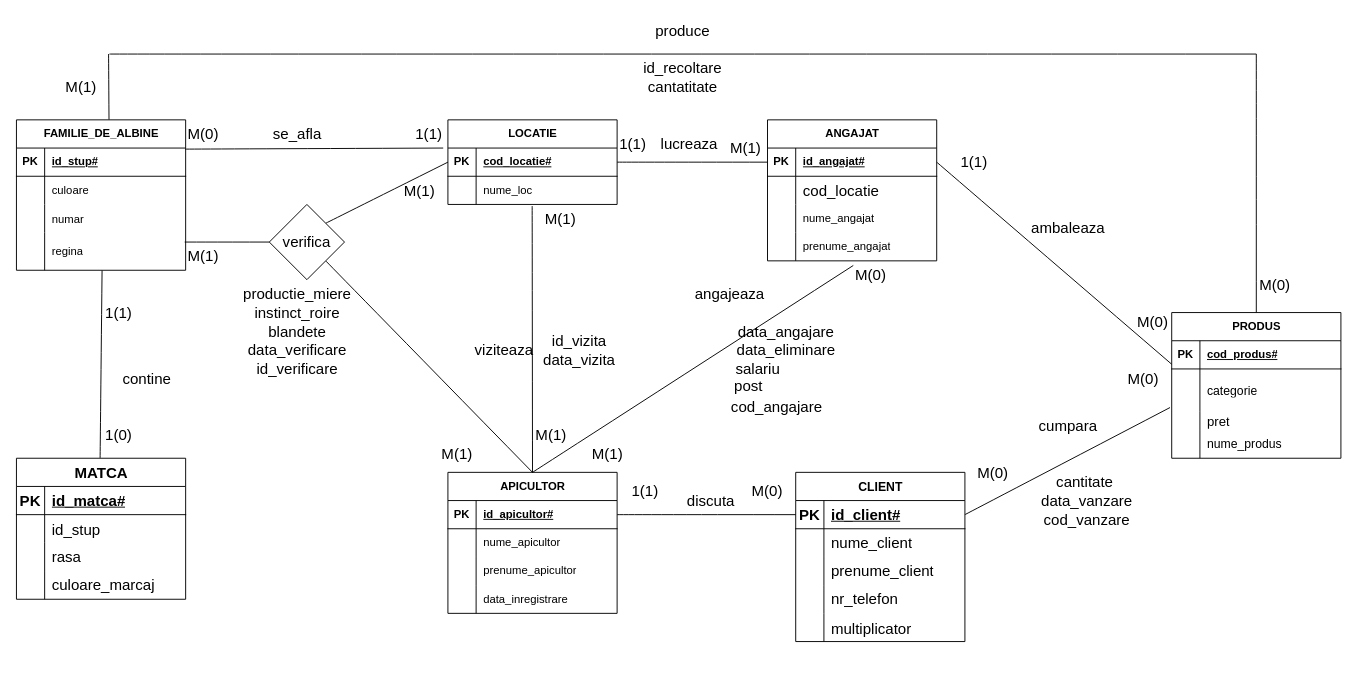
Earlier version of the draw.io diagram page "Page-1" (1 of 2) of Diagramă fără titlu.drawio (Matoka26/DataBase-Stupina). Source tidied: cells renumbered, new cells numbered last; positions are measured from the earlier drawing's top-left corner, leaving out a move shared by most shapes. Both pictures are drawn from the tidied source at 94%, with x=0, y=0 at pixel (16, 16).
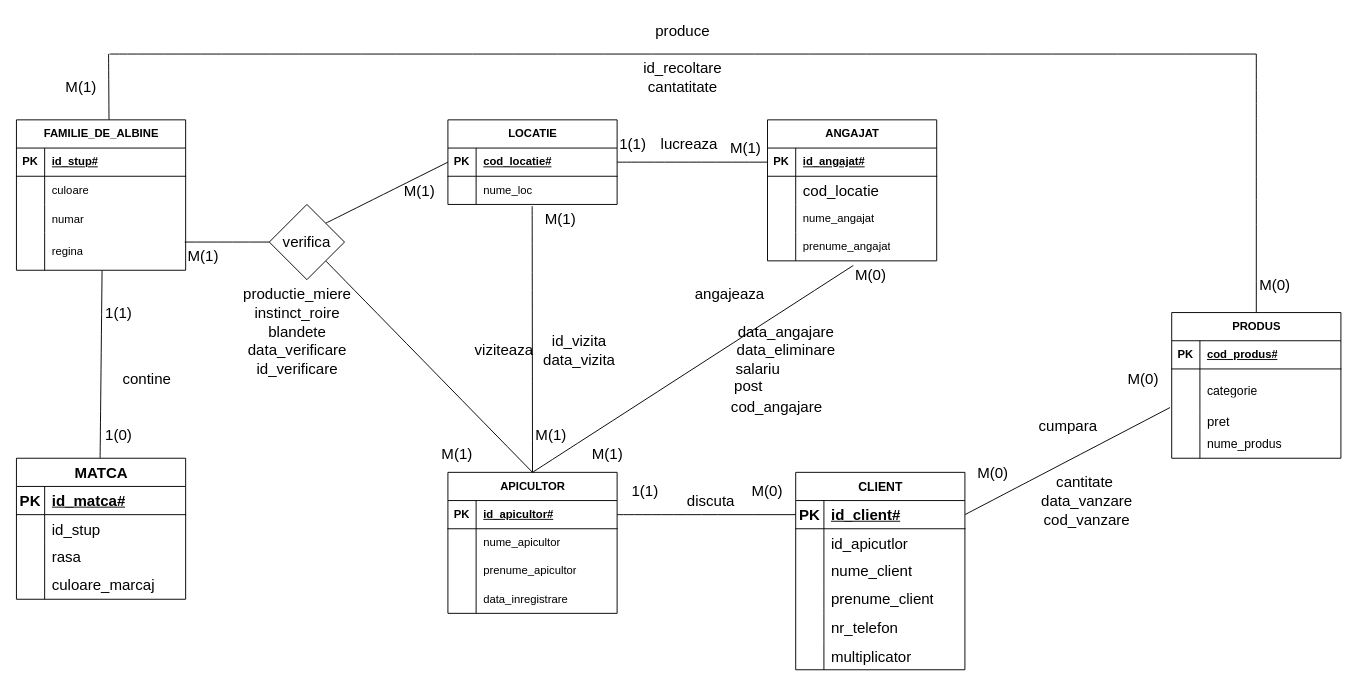
The same diagram, later.

Unchanged cells that the change refers to:
```xml
<mxCell id="23" style="shape=tableRow;horizontal=0;startSize=0;swimlaneHead=0;swimlaneBody=0;fillColor=none;points=[[0,0.5],[1,0.5]];portConstraint=eastwest;top=0;left=0;right=0;bottom=1;" parent="22" vertex="1">
  <mxGeometry y="30" width="180" height="30" as="geometry" />
</mxCell>
<mxCell id="36" style="shape=tableRow;horizontal=0;startSize=0;swimlaneHead=0;swimlaneBody=0;fillColor=none;points=[[0,0.5],[1,0.5]];portConstraint=eastwest;top=0;left=0;right=0;bottom=1;" parent="35" vertex="1">
  <mxGeometry y="30" width="180" height="30" as="geometry" />
</mxCell>
<mxCell id="122" value="M(0)" style="text;html=1;strokeColor=none;fillColor=none;align=center;verticalAlign=middle;whiteSpace=wrap;rounded=0;fontSize=16;" parent="1" vertex="1">
  <mxGeometry x="1169" y="370" width="60" height="30" as="geometry" />
</mxCell>
```

Diff of the diagram source:
```diff
@@
     <mxCell id="61" value="CLIENT" style="shape=table;startSize=30;childLayout=tableLayout;rowLines=0;fontStyle=1;align=center;html=1;fontSize=13;" parent="1" vertex="1">
-      <mxGeometry x="829" y="485" width="180" height="180" as="geometry" />
+      <mxGeometry x="829" y="485" width="180" height="210" as="geometry" />
     </mxCell>
@@
+    <mxCell id="154" style="shape=tableRow;horizontal=0;startSize=0;swimlaneHead=0;swimlaneBody=0;fillColor=none;top=0;left=0;right=0;bottom=0;fontSize=16;" parent="61" vertex="1">
+      <mxGeometry y="60" width="180" height="30" as="geometry" />
+    </mxCell>
+    <mxCell id="155" style="shape=partialRectangle;fillColor=none;top=0;left=0;bottom=0;right=0;overflow=hidden;fontSize=16;" parent="154" vertex="1">
+      <mxGeometry width="30" height="30" as="geometry" />
+    </mxCell>
+    <mxCell id="156" value="id_apicutlor" style="shape=partialRectangle;fillColor=none;top=0;left=0;bottom=0;right=0;align=left;spacingLeft=6;overflow=hidden;fontSize=16;" parent="154" vertex="1">
+      <mxGeometry x="30" width="150" height="30" as="geometry" />
+    </mxCell>
     <mxCell id="65" style="shape=tableRow;horizontal=0;startSize=0;swimlaneHead=0;swimlaneBody=0;fillColor=none;top=0;left=0;right=0;bottom=0;fontSize=16;" parent="61" vertex="1">
-      <mxGeometry y="60" width="180" height="30" as="geometry" />
+      <mxGeometry y="90" width="180" height="30" as="geometry" />
     </mxCell>
@@
     <mxCell id="68" style="shape=tableRow;horizontal=0;startSize=0;swimlaneHead=0;swimlaneBody=0;fillColor=none;top=0;left=0;right=0;bottom=0;fontSize=16;" parent="61" vertex="1">
-      <mxGeometry y="90" width="180" height="30" as="geometry" />
+      <mxGeometry y="120" width="180" height="30" as="geometry" />
     </mxCell>
@@
     <mxCell id="71" style="shape=tableRow;horizontal=0;startSize=0;swimlaneHead=0;swimlaneBody=0;fillColor=none;top=0;left=0;right=0;bottom=0;fontSize=16;" parent="61" vertex="1">
-      <mxGeometry y="120" width="180" height="30" as="geometry" />
+      <mxGeometry y="150" width="180" height="30" as="geometry" />
     </mxCell>
@@
     <mxCell id="74" style="shape=tableRow;horizontal=0;startSize=0;swimlaneHead=0;swimlaneBody=0;fillColor=none;top=0;left=0;right=0;bottom=0;fontSize=16;" parent="61" vertex="1">
-      <mxGeometry y="150" width="180" height="30" as="geometry" />
+      <mxGeometry y="180" width="180" height="30" as="geometry" />
     </mxCell>
@@
-    <mxCell id="126" style="endArrow=none;html=1;rounded=0;fontSize=12;startSize=8;endSize=8;curved=1;entryX=1;entryY=0;entryDx=0;entryDy=0;exitX=1;exitY=0.5;exitDx=0;exitDy=0;" parent="1" edge="1" source="23" target="122">
-      <mxGeometry relative="1" as="geometry" />
-    </mxCell>
-    <mxCell id="127" value="ambaleaza" style="text;html=1;strokeColor=none;fillColor=none;align=center;verticalAlign=middle;whiteSpace=wrap;rounded=0;fontSize=16;" parent="1" vertex="1">
-      <mxGeometry x="1089" y="210" width="60" height="30" as="geometry" />
-    </mxCell>
-    <mxCell id="128" value="M(0)" style="text;html=1;strokeColor=none;fillColor=none;align=center;verticalAlign=middle;whiteSpace=wrap;rounded=0;fontSize=16;" parent="1" vertex="1">
-      <mxGeometry x="1179" y="310" width="60" height="30" as="geometry" />
-    </mxCell>
-    <mxCell id="129" value="1(1)" style="text;html=1;strokeColor=none;fillColor=none;align=center;verticalAlign=middle;whiteSpace=wrap;rounded=0;fontSize=16;" parent="1" vertex="1">
-      <mxGeometry x="989" y="140" width="60" height="30" as="geometry" />
-    </mxCell>
@@
-    <mxCell id="145" style="endArrow=none;html=1;rounded=0;fontSize=12;startSize=8;endSize=8;curved=1;exitX=0.998;exitY=0.038;exitDx=0;exitDy=0;exitPerimeter=0;entryX=0.75;entryY=1;entryDx=0;entryDy=0;" parent="1" edge="1" source="36" target="148">
-      <mxGeometry relative="1" as="geometry" />
-    </mxCell>
-    <mxCell id="146" value="se_afla" style="text;html=1;strokeColor=none;fillColor=none;align=center;verticalAlign=middle;whiteSpace=wrap;rounded=0;fontSize=16;" parent="1" vertex="1">
-      <mxGeometry x="269" y="110" width="60" height="30" as="geometry" />
-    </mxCell>
-    <mxCell id="147" value="M(0)" style="text;html=1;strokeColor=none;fillColor=none;align=center;verticalAlign=middle;whiteSpace=wrap;rounded=0;fontSize=16;" parent="1" vertex="1">
-      <mxGeometry x="169" y="110" width="60" height="30" as="geometry" />
-    </mxCell>
-    <mxCell id="148" value="1(1)" style="text;html=1;strokeColor=none;fillColor=none;align=center;verticalAlign=middle;whiteSpace=wrap;rounded=0;fontSize=16;" parent="1" vertex="1">
-      <mxGeometry x="409" y="110" width="60" height="30" as="geometry" />
-    </mxCell>
```
